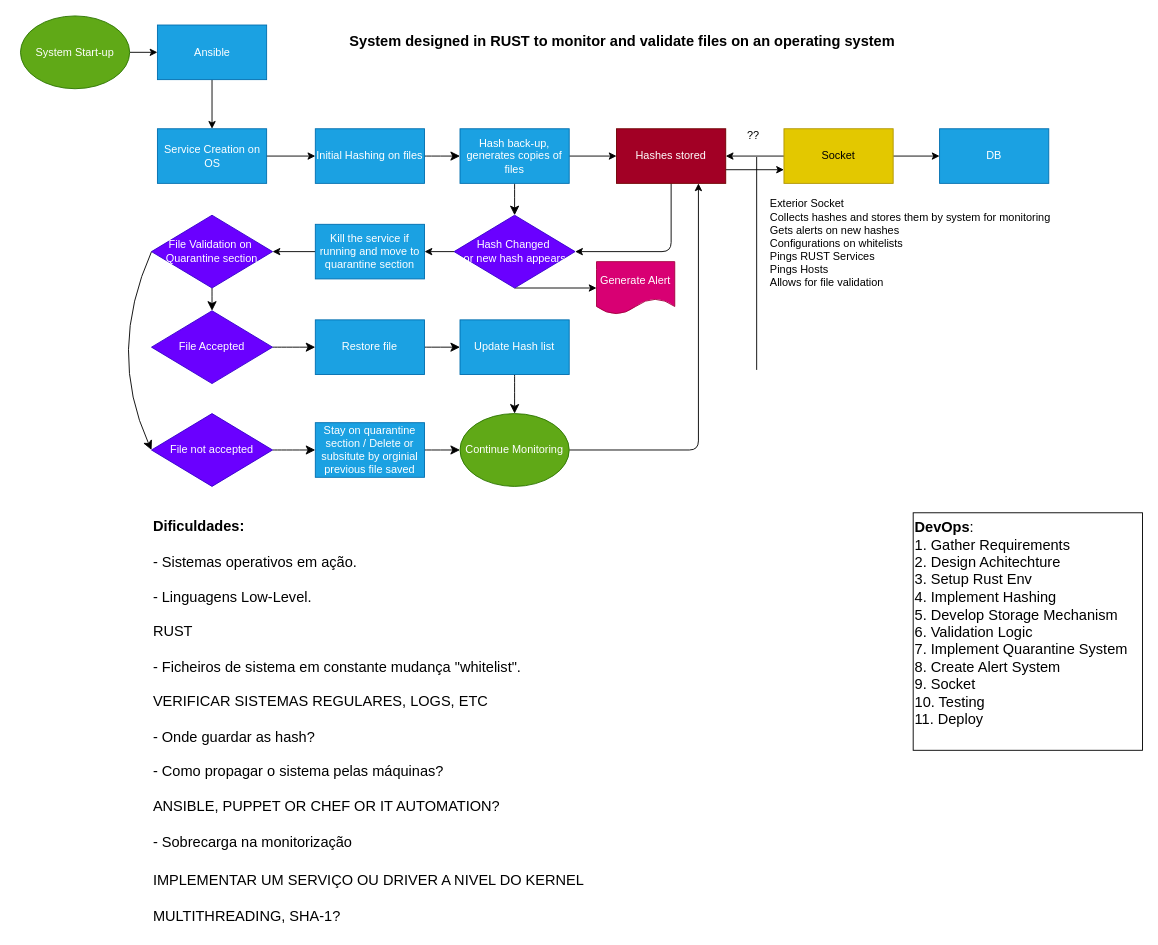
Earlier version of the draw.io diagram planeamento/Untitled Diagram.drawio (mickeyhousee/LOCK). Source tidied: cells renumbered, new cells numbered last; positions are measured from the earlier drawing's top-left corner, leaving out a move shared by most shapes. Both pictures are drawn from the tidied source at 91%, with x=0, y=0 at pixel (20, 15).
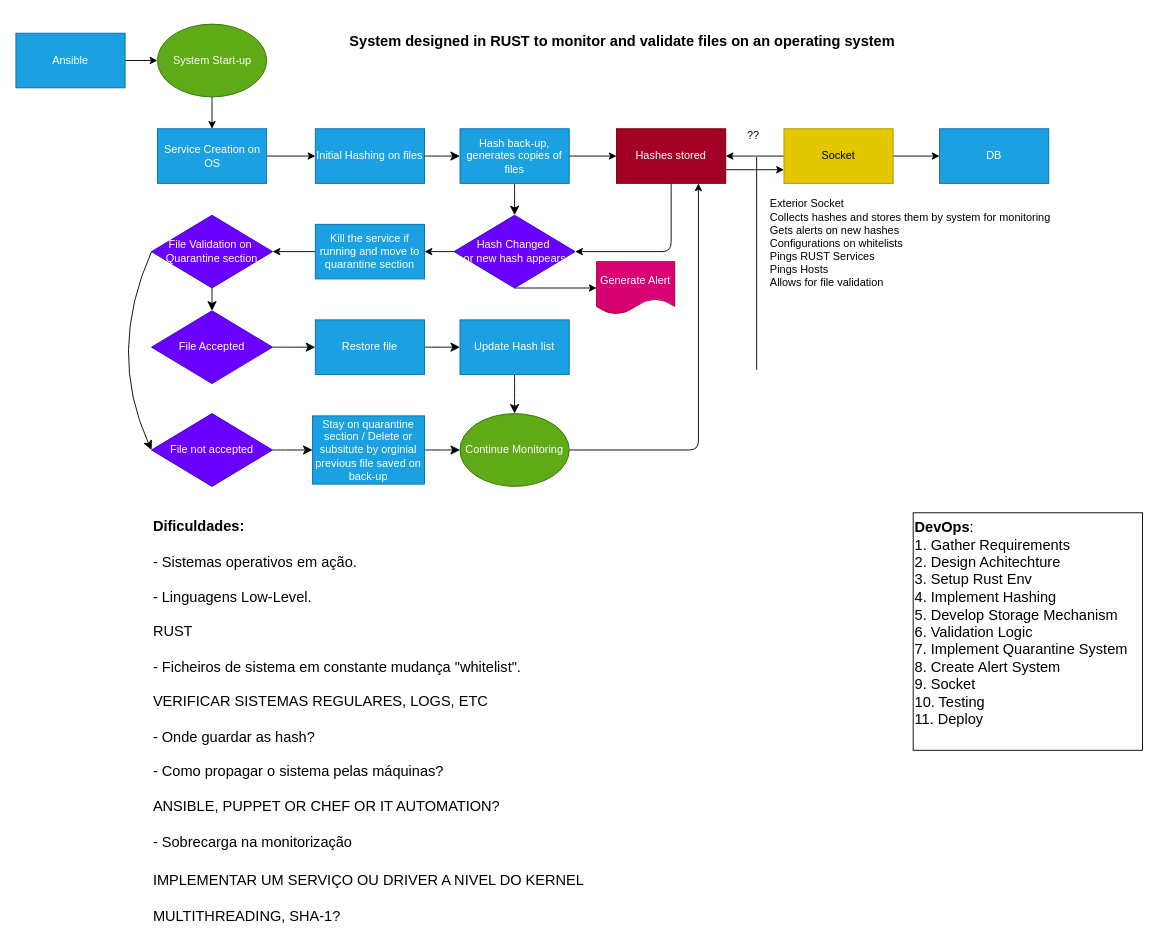
The same diagram, later.

The change refers to these unchanged cells:
```xml
<mxCell id="38" value="Service Creation on OS" style="rounded=0;whiteSpace=wrap;html=1;fillColor=#1ba1e2;fontColor=#ffffff;strokeColor=#006EAF;" parent="1" vertex="1">
  <mxGeometry x="150.5" y="124" width="120" height="60" as="geometry" />
</mxCell>
```

The edit, as a diff of the source:
```diff
@@
-    <mxCell id="2" style="edgeStyle=none;html=1;exitX=1;exitY=0.5;exitDx=0;exitDy=0;entryX=0;entryY=0.5;entryDx=0;entryDy=0;" parent="1" edge="1" source="3" target="47">
-      <mxGeometry relative="1" as="geometry" />
-    </mxCell>
+    <mxCell id="48" style="edgeStyle=none;html=1;exitX=0.5;exitY=1;exitDx=0;exitDy=0;entryX=0.5;entryY=0;entryDx=0;entryDy=0;" parent="1" edge="1" source="3" target="38">
+      <mxGeometry relative="1" as="geometry" />
+    </mxCell>
     <mxCell id="3" value="System Start-up" style="ellipse;whiteSpace=wrap;html=1;fillColor=#60a917;fontColor=#ffffff;strokeColor=#2D7600;" parent="1" vertex="1">
-      <mxGeometry width="120" height="80" as="geometry" />
+      <mxGeometry x="150.5" y="9" width="120" height="80" as="geometry" />
     </mxCell>
@@
-    <mxCell id="22" value="Stay on quarantine section / Delete or subsitute by orginial previous file saved" style="rounded=0;whiteSpace=wrap;html=1;fillColor=#1ba1e2;fontColor=#ffffff;strokeColor=#006EAF;" parent="1" vertex="1">
-      <mxGeometry x="324" y="447" width="120" height="60" as="geometry" />
+    <mxCell id="22" value="Stay on quarantine section / Delete or subsitute by orginial previous file saved on back-up" style="rounded=0;whiteSpace=wrap;html=1;fillColor=#1ba1e2;fontColor=#ffffff;strokeColor=#006EAF;" parent="1" vertex="1">
+      <mxGeometry x="321" y="439.5" width="123" height="75" as="geometry" />
     </mxCell>
@@
-    <mxCell id="46" style="edgeStyle=none;html=1;exitX=0.5;exitY=1;exitDx=0;exitDy=0;entryX=0.5;entryY=0;entryDx=0;entryDy=0;" parent="1" edge="1" source="47" target="38">
+    <mxCell id="46" style="edgeStyle=none;html=1;exitX=1;exitY=0.5;exitDx=0;exitDy=0;" parent="1" edge="1" source="47" target="3">
       <mxGeometry relative="1" as="geometry" />
     </mxCell>
     <mxCell id="47" value="Ansible" style="rounded=0;whiteSpace=wrap;html=1;fillColor=#1ba1e2;fontColor=#ffffff;strokeColor=#006EAF;" parent="1" vertex="1">
-      <mxGeometry x="150.5" y="10" width="120" height="60" as="geometry" />
+      <mxGeometry x="-5" y="19" width="120" height="60" as="geometry" />
     </mxCell>
```
